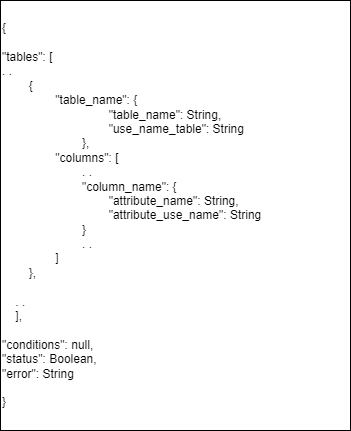
Rift343/COSMOS keeps this draw.io diagram as documentation/SemanticParserFile.drawio.png. Above is the earlier version. Source tidied: cells renumbered, new cells last; positions are measured from the earlier drawing's top-left corner, leaving out a move shared by most shapes.
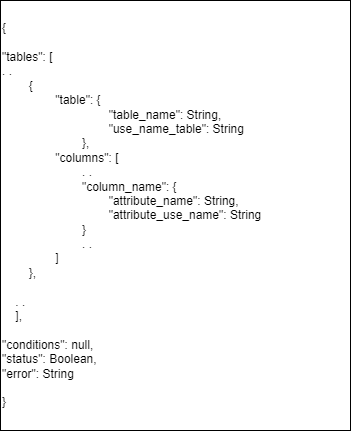
Later version of the same file.

Change to the diagram source:
```diff
@@ -2,7 +2,7 @@
   <root>
     <mxCell id="0" />
     <mxCell id="1" parent="0" />
-    <mxCell id="2" value="&lt;div&gt;{&lt;/div&gt;&lt;div&gt;&lt;br&gt;&lt;/div&gt;&lt;div&gt;&quot;tables&quot;: [&lt;/div&gt;&lt;div&gt;. .&lt;span style=&quot;&quot;&gt;&lt;/span&gt;&lt;/div&gt;&lt;div&gt;&lt;span style=&quot;&quot;&gt;&lt;span style=&quot;&quot;&gt;&lt;span style=&quot;&quot;&gt;&amp;nbsp;&amp;nbsp;&amp;nbsp;&amp;nbsp;&lt;/span&gt;&lt;span style=&quot;&quot;&gt;&amp;nbsp;&amp;nbsp;&amp;nbsp;&amp;nbsp;&lt;/span&gt;&lt;/span&gt;{&lt;/span&gt;&lt;/div&gt;&lt;span style=&quot;white-space: pre;&quot;&gt;&#9;&lt;span style=&quot;white-space: pre;&quot;&gt;&#9;&lt;/span&gt;&lt;/span&gt;&quot;table_name&quot;:&amp;nbsp;{&lt;div style=&quot;border-color: var(--border-color);&quot;&gt;&lt;span style=&quot;border-color: var(--border-color);&quot;&gt;&lt;span style=&quot;white-space: pre;&quot;&gt;&#9;&lt;span style=&quot;white-space: pre;&quot;&gt;&#9;&lt;/span&gt;&lt;/span&gt;&lt;span style=&quot;white-space: pre;&quot;&gt;&#9;&lt;/span&gt;&lt;span style=&quot;white-space: pre;&quot;&gt;&#9;&lt;/span&gt;&quot;table_name&quot;: String,&lt;/span&gt;&lt;/div&gt;&lt;div style=&quot;border-color: var(--border-color);&quot;&gt;&lt;span style=&quot;border-color: var(--border-color);&quot;&gt;&lt;span style=&quot;white-space: pre;&quot;&gt;&#9;&lt;span style=&quot;white-space: pre;&quot;&gt;&#9;&lt;/span&gt;&lt;/span&gt;&lt;span style=&quot;white-space: pre;&quot;&gt;&#9;&lt;span style=&quot;white-space: pre;&quot;&gt;&#9;&lt;/span&gt;&lt;/span&gt;&quot;use_name_table&quot;: String&lt;/span&gt;&lt;/div&gt;&lt;div style=&quot;border-color: var(--border-color);&quot;&gt;&lt;span style=&quot;border-color: var(--border-color);&quot;&gt;&lt;span style=&quot;white-space: pre;&quot;&gt;&#9;&lt;span style=&quot;white-space: pre;&quot;&gt;&#9;&lt;/span&gt;&lt;/span&gt;&lt;span style=&quot;white-space: pre;&quot;&gt;&#9;&lt;/span&gt;},&lt;/span&gt;&lt;/div&gt;&lt;div&gt;&lt;span style=&quot;&quot;&gt;&lt;span style=&quot;white-space: pre;&quot;&gt;&#9;&lt;span style=&quot;white-space: pre;&quot;&gt;&#9;&lt;/span&gt;&lt;/span&gt;&quot;columns&quot;: [&lt;/span&gt;&lt;/div&gt;&lt;div&gt;&lt;span style=&quot;&quot;&gt;&lt;span style=&quot;white-space: pre;&quot;&gt;&#9;&lt;span style=&quot;white-space: pre;&quot;&gt;&#9;&lt;/span&gt;&lt;/span&gt;&lt;span style=&quot;white-space: pre;&quot;&gt;&#9;&lt;/span&gt;. .&lt;/span&gt;&lt;/div&gt;&lt;div&gt;&lt;span style=&quot;&quot;&gt;&lt;span style=&quot;white-space: pre;&quot;&gt;&#9;&lt;span style=&quot;white-space: pre;&quot;&gt;&#9;&lt;/span&gt;&lt;/span&gt;&lt;span style=&quot;white-space: pre;&quot;&gt;&#9;&lt;/span&gt;&quot;column_name&quot;: {&lt;/span&gt;&lt;/div&gt;&lt;div&gt;&lt;span style=&quot;&quot;&gt;&lt;span style=&quot;&quot;&gt;&lt;span style=&quot;white-space: pre;&quot;&gt;&#9;&lt;span style=&quot;white-space: pre;&quot;&gt;&#9;&lt;/span&gt;&lt;/span&gt;&lt;span style=&quot;white-space: pre;&quot;&gt;&#9;&lt;/span&gt;&lt;span style=&quot;white-space: pre;&quot;&gt;&#9;&lt;/span&gt;&quot;attribute_name&quot;: String,&lt;/span&gt;&lt;br&gt;&lt;/span&gt;&lt;/div&gt;&lt;div&gt;&lt;span style=&quot;&quot;&gt;&lt;span style=&quot;white-space: pre;&quot;&gt;&#9;&lt;span style=&quot;white-space: pre;&quot;&gt;&#9;&lt;/span&gt;&lt;/span&gt;&lt;span style=&quot;white-space: pre;&quot;&gt;&#9;&lt;/span&gt;&lt;span style=&quot;white-space: pre;&quot;&gt;&#9;&lt;/span&gt;&quot;attribute_use_name&quot;: String&lt;br&gt;&lt;/span&gt;&lt;/div&gt;&lt;div&gt;&lt;span style=&quot;white-space: pre;&quot;&gt;&#9;&lt;span style=&quot;white-space: pre;&quot;&gt;&#9;&lt;/span&gt;&lt;/span&gt;&lt;span style=&quot;white-space: pre;&quot;&gt;&#9;&lt;/span&gt;}&lt;/div&gt;&lt;div&gt;&lt;span style=&quot;&quot;&gt;&lt;span style=&quot;white-space: pre;&quot;&gt;&#9;&lt;span style=&quot;white-space: pre;&quot;&gt;&#9;&lt;/span&gt;&lt;/span&gt;&lt;span style=&quot;white-space: pre;&quot;&gt;&#9;&lt;/span&gt;. .&lt;br&gt;&lt;/span&gt;&lt;/div&gt;&lt;div&gt;&lt;span style=&quot;&quot;&gt;&lt;span style=&quot;white-space: pre;&quot;&gt;&#9;&lt;span style=&quot;white-space: pre;&quot;&gt;&#9;&lt;/span&gt;&lt;/span&gt;]&lt;br&gt;&lt;/span&gt;&lt;/div&gt;&lt;div&gt;&lt;span style=&quot;&quot;&gt;&lt;span style=&quot;&quot;&gt;&lt;span style=&quot;&quot;&gt;&amp;nbsp;&amp;nbsp;&amp;nbsp;&amp;nbsp;&lt;/span&gt;&lt;span style=&quot;&quot;&gt;&amp;nbsp;&amp;nbsp;&amp;nbsp;&amp;nbsp;&lt;/span&gt;&lt;/span&gt;},&lt;/span&gt;&lt;/div&gt;&lt;div&gt;&lt;br&gt;&lt;/div&gt;&lt;div&gt;&lt;span style=&quot;&quot;&gt;&lt;span style=&quot;&quot;&gt;&lt;span style=&quot;&quot;&gt;&amp;nbsp;&amp;nbsp;&amp;nbsp;&amp;nbsp;&lt;/span&gt;&lt;/span&gt;. .&lt;/span&gt;&lt;/div&gt;&lt;div&gt;&lt;span style=&quot;&quot;&gt;&lt;span style=&quot;&quot;&gt;&lt;span style=&quot;&quot;&gt;&amp;nbsp;&amp;nbsp;&amp;nbsp;&amp;nbsp;&lt;/span&gt;&lt;/span&gt;],&lt;/span&gt;&lt;/div&gt;&lt;div&gt;&lt;br&gt;&lt;/div&gt;&lt;div&gt;&quot;conditions&quot;: null,&lt;/div&gt;&lt;div&gt;&quot;status&quot;: Boolean,&lt;/div&gt;&lt;div&gt;&quot;error&quot;: String&lt;/div&gt;&lt;div&gt;&lt;br&gt;&lt;/div&gt;&lt;div&gt;}&lt;/div&gt;" style="whiteSpace=wrap;html=1;align=left;" parent="1" vertex="1">
+    <mxCell id="2" value="&lt;div&gt;{&lt;/div&gt;&lt;div&gt;&lt;br&gt;&lt;/div&gt;&lt;div&gt;&quot;tables&quot;: [&lt;/div&gt;&lt;div&gt;. .&lt;span style=&quot;&quot;&gt;&lt;/span&gt;&lt;/div&gt;&lt;div&gt;&lt;span style=&quot;&quot;&gt;&lt;span style=&quot;&quot;&gt;&lt;span style=&quot;&quot;&gt;&amp;nbsp;&amp;nbsp;&amp;nbsp;&amp;nbsp;&lt;/span&gt;&lt;span style=&quot;&quot;&gt;&amp;nbsp;&amp;nbsp;&amp;nbsp;&amp;nbsp;&lt;/span&gt;&lt;/span&gt;{&lt;/span&gt;&lt;/div&gt;&lt;span style=&quot;white-space: pre;&quot;&gt;&#9;&lt;span style=&quot;white-space: pre;&quot;&gt;&#9;&lt;/span&gt;&lt;/span&gt;&quot;table&quot;:&amp;nbsp;{&lt;div style=&quot;border-color: var(--border-color);&quot;&gt;&lt;span style=&quot;border-color: var(--border-color);&quot;&gt;&lt;span style=&quot;white-space: pre;&quot;&gt;&#9;&lt;span style=&quot;white-space: pre;&quot;&gt;&#9;&lt;/span&gt;&lt;/span&gt;&lt;span style=&quot;white-space: pre;&quot;&gt;&#9;&lt;/span&gt;&lt;span style=&quot;white-space: pre;&quot;&gt;&#9;&lt;/span&gt;&quot;table_name&quot;: String,&lt;/span&gt;&lt;/div&gt;&lt;div style=&quot;border-color: var(--border-color);&quot;&gt;&lt;span style=&quot;border-color: var(--border-color);&quot;&gt;&lt;span style=&quot;white-space: pre;&quot;&gt;&#9;&lt;span style=&quot;white-space: pre;&quot;&gt;&#9;&lt;/span&gt;&lt;/span&gt;&lt;span style=&quot;white-space: pre;&quot;&gt;&#9;&lt;span style=&quot;white-space: pre;&quot;&gt;&#9;&lt;/span&gt;&lt;/span&gt;&quot;use_name_table&quot;: String&lt;/span&gt;&lt;/div&gt;&lt;div style=&quot;border-color: var(--border-color);&quot;&gt;&lt;span style=&quot;border-color: var(--border-color);&quot;&gt;&lt;span style=&quot;white-space: pre;&quot;&gt;&#9;&lt;span style=&quot;white-space: pre;&quot;&gt;&#9;&lt;/span&gt;&lt;/span&gt;&lt;span style=&quot;white-space: pre;&quot;&gt;&#9;&lt;/span&gt;},&lt;/span&gt;&lt;/div&gt;&lt;div&gt;&lt;span style=&quot;&quot;&gt;&lt;span style=&quot;white-space: pre;&quot;&gt;&#9;&lt;span style=&quot;white-space: pre;&quot;&gt;&#9;&lt;/span&gt;&lt;/span&gt;&quot;columns&quot;: [&lt;/span&gt;&lt;/div&gt;&lt;div&gt;&lt;span style=&quot;&quot;&gt;&lt;span style=&quot;white-space: pre;&quot;&gt;&#9;&lt;span style=&quot;white-space: pre;&quot;&gt;&#9;&lt;/span&gt;&lt;/span&gt;&lt;span style=&quot;white-space: pre;&quot;&gt;&#9;&lt;/span&gt;. .&lt;/span&gt;&lt;/div&gt;&lt;div&gt;&lt;span style=&quot;&quot;&gt;&lt;span style=&quot;white-space: pre;&quot;&gt;&#9;&lt;span style=&quot;white-space: pre;&quot;&gt;&#9;&lt;/span&gt;&lt;/span&gt;&lt;span style=&quot;white-space: pre;&quot;&gt;&#9;&lt;/span&gt;&quot;column_name&quot;: {&lt;/span&gt;&lt;/div&gt;&lt;div&gt;&lt;span style=&quot;&quot;&gt;&lt;span style=&quot;&quot;&gt;&lt;span style=&quot;white-space: pre;&quot;&gt;&#9;&lt;span style=&quot;white-space: pre;&quot;&gt;&#9;&lt;/span&gt;&lt;/span&gt;&lt;span style=&quot;white-space: pre;&quot;&gt;&#9;&lt;/span&gt;&lt;span style=&quot;white-space: pre;&quot;&gt;&#9;&lt;/span&gt;&quot;attribute_name&quot;: String,&lt;/span&gt;&lt;br&gt;&lt;/span&gt;&lt;/div&gt;&lt;div&gt;&lt;span style=&quot;&quot;&gt;&lt;span style=&quot;white-space: pre;&quot;&gt;&#9;&lt;span style=&quot;white-space: pre;&quot;&gt;&#9;&lt;/span&gt;&lt;/span&gt;&lt;span style=&quot;white-space: pre;&quot;&gt;&#9;&lt;/span&gt;&lt;span style=&quot;white-space: pre;&quot;&gt;&#9;&lt;/span&gt;&quot;attribute_use_name&quot;: String&lt;br&gt;&lt;/span&gt;&lt;/div&gt;&lt;div&gt;&lt;span style=&quot;white-space: pre;&quot;&gt;&#9;&lt;span style=&quot;white-space: pre;&quot;&gt;&#9;&lt;/span&gt;&lt;/span&gt;&lt;span style=&quot;white-space: pre;&quot;&gt;&#9;&lt;/span&gt;}&lt;/div&gt;&lt;div&gt;&lt;span style=&quot;&quot;&gt;&lt;span style=&quot;white-space: pre;&quot;&gt;&#9;&lt;span style=&quot;white-space: pre;&quot;&gt;&#9;&lt;/span&gt;&lt;/span&gt;&lt;span style=&quot;white-space: pre;&quot;&gt;&#9;&lt;/span&gt;. .&lt;br&gt;&lt;/span&gt;&lt;/div&gt;&lt;div&gt;&lt;span style=&quot;&quot;&gt;&lt;span style=&quot;white-space: pre;&quot;&gt;&#9;&lt;span style=&quot;white-space: pre;&quot;&gt;&#9;&lt;/span&gt;&lt;/span&gt;]&lt;br&gt;&lt;/span&gt;&lt;/div&gt;&lt;div&gt;&lt;span style=&quot;&quot;&gt;&lt;span style=&quot;&quot;&gt;&lt;span style=&quot;&quot;&gt;&amp;nbsp;&amp;nbsp;&amp;nbsp;&amp;nbsp;&lt;/span&gt;&lt;span style=&quot;&quot;&gt;&amp;nbsp;&amp;nbsp;&amp;nbsp;&amp;nbsp;&lt;/span&gt;&lt;/span&gt;},&lt;/span&gt;&lt;/div&gt;&lt;div&gt;&lt;br&gt;&lt;/div&gt;&lt;div&gt;&lt;span style=&quot;&quot;&gt;&lt;span style=&quot;&quot;&gt;&lt;span style=&quot;&quot;&gt;&amp;nbsp;&amp;nbsp;&amp;nbsp;&amp;nbsp;&lt;/span&gt;&lt;/span&gt;. .&lt;/span&gt;&lt;/div&gt;&lt;div&gt;&lt;span style=&quot;&quot;&gt;&lt;span style=&quot;&quot;&gt;&lt;span style=&quot;&quot;&gt;&amp;nbsp;&amp;nbsp;&amp;nbsp;&amp;nbsp;&lt;/span&gt;&lt;/span&gt;],&lt;/span&gt;&lt;/div&gt;&lt;div&gt;&lt;br&gt;&lt;/div&gt;&lt;div&gt;&quot;conditions&quot;: null,&lt;/div&gt;&lt;div&gt;&quot;status&quot;: Boolean,&lt;/div&gt;&lt;div&gt;&quot;error&quot;: String&lt;/div&gt;&lt;div&gt;&lt;br&gt;&lt;/div&gt;&lt;div&gt;}&lt;/div&gt;" style="whiteSpace=wrap;html=1;align=left;" parent="1" vertex="1">
       <mxGeometry width="350" height="430" as="geometry" />
     </mxCell>
   </root>
```
